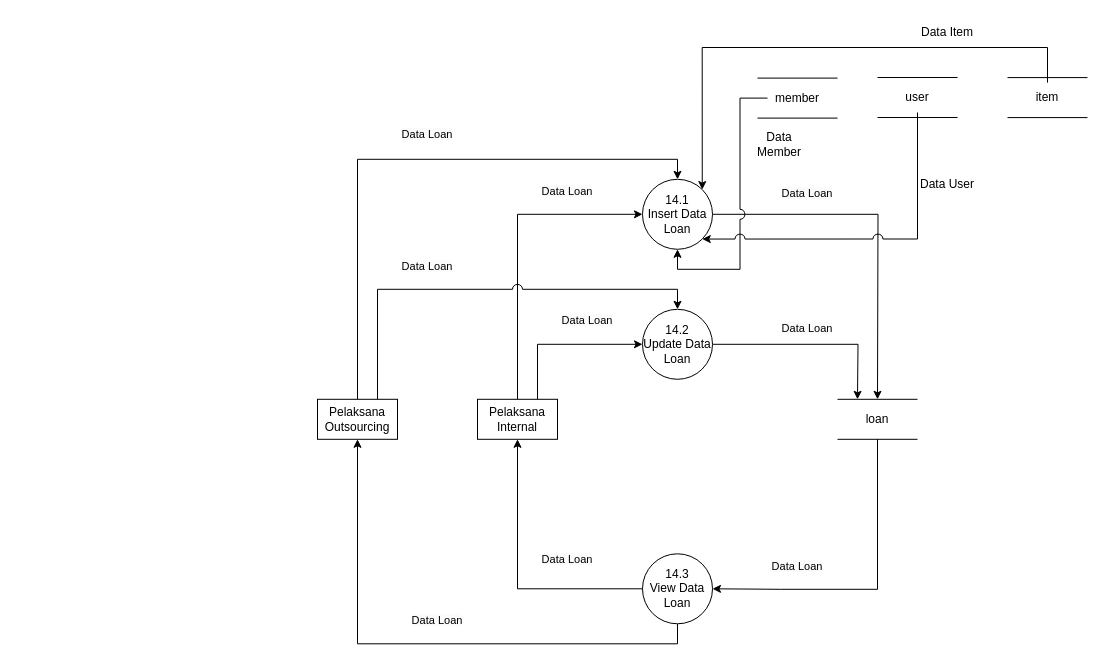
Before: page "DFD Level 2 Proses 14" (38 of 46) of Sistem Informasi Perpustakaan Terpadu/Diagram Tanpa Judul.drawio in umarshd/dfd-skripsi, a draw.io diagram. Source tidied: cells renumbered, new cells numbered last; positions are measured from the earlier drawing's top-left corner, leaving out a move shared by most shapes. Both pictures are drawn from the tidied source at 100%, with x=0, y=0 at pixel (317, 17).
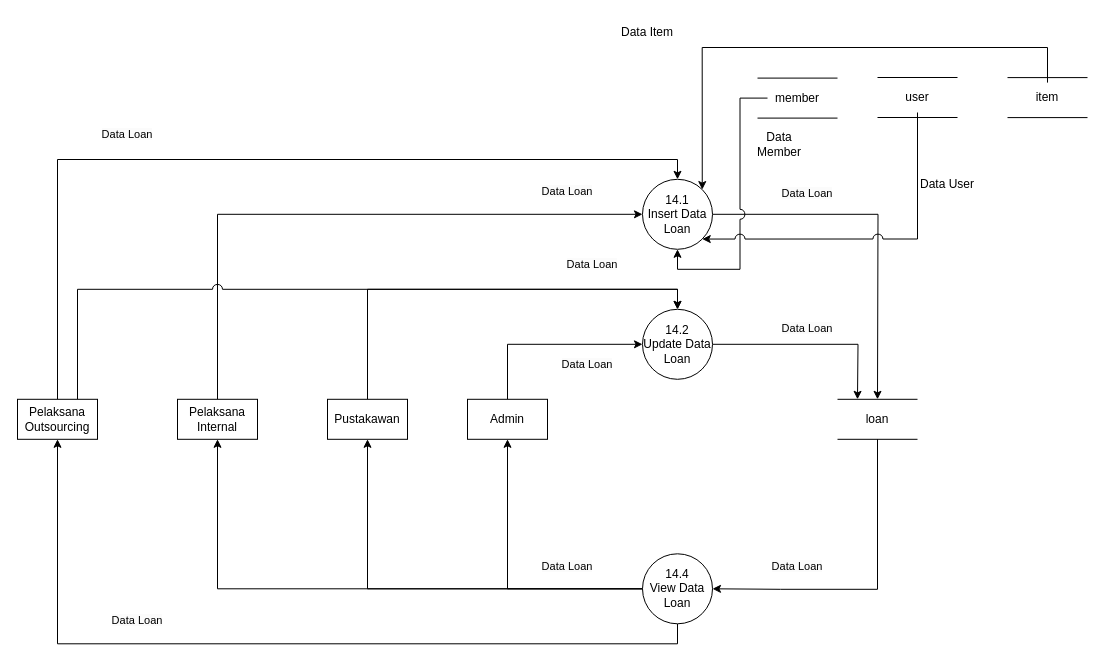
After the change.

The change refers to these unchanged cells:
```xml
<mxCell id="3" value="14.1&lt;br&gt;Insert Data Loan" style="ellipse;whiteSpace=wrap;html=1;" parent="1" vertex="1">
  <mxGeometry x="325" y="161.8" width="70" height="70" as="geometry" />
</mxCell>
<mxCell id="8" value="14.2&lt;br&gt;Update Data Loan" style="ellipse;whiteSpace=wrap;html=1;" parent="1" vertex="1">
  <mxGeometry x="325" y="291.8" width="70" height="70" as="geometry" />
</mxCell>
```

The edit, as a diff of the source:
```diff
@@
-    <mxCell id="5" style="edgeStyle=orthogonalEdgeStyle;rounded=0;jettySize=auto;html=1;exitX=0.75;exitY=0;exitDx=0;exitDy=0;entryX=0;entryY=0.5;entryDx=0;entryDy=0;" parent="1" edge="1" source="6" target="8">
-      <mxGeometry relative="1" as="geometry" />
-    </mxCell>
     <mxCell id="6" value="Pelaksana Internal" style="rounded=0;whiteSpace=wrap;html=1;" parent="1" vertex="1">
-      <mxGeometry x="160" y="381.8" width="80" height="40" as="geometry" />
+      <mxGeometry x="-140" y="381.8" width="80" height="40" as="geometry" />
     </mxCell>
@@
+    <mxCell id="43" style="edgeStyle=orthogonalEdgeStyle;rounded=0;jettySize=auto;html=1;" parent="1" edge="1" source="11" target="46">
+      <mxGeometry relative="1" as="geometry" />
+    </mxCell>
+    <mxCell id="44" style="edgeStyle=orthogonalEdgeStyle;rounded=0;jettySize=auto;html=1;entryX=0.5;entryY=1;entryDx=0;entryDy=0;" parent="1" edge="1" source="11" target="48">
+      <mxGeometry relative="1" as="geometry" />
+    </mxCell>
-    <mxCell id="11" value="14.3&lt;br&gt;View Data Loan" style="ellipse;whiteSpace=wrap;html=1;" parent="1" vertex="1">
+    <mxCell id="11" value="14.4&lt;br&gt;View Data Loan" style="ellipse;whiteSpace=wrap;html=1;" parent="1" vertex="1">
       <mxGeometry x="325" y="536.3" width="70" height="70" as="geometry" />
     </mxCell>
@@
     <mxCell id="18" value="&lt;span style=&quot;color: rgb(0, 0, 0); font-family: Helvetica; font-size: 11px; font-style: normal; font-variant-ligatures: normal; font-variant-caps: normal; font-weight: 400; letter-spacing: normal; orphans: 2; text-align: center; text-indent: 0px; text-transform: none; widows: 2; word-spacing: 0px; -webkit-text-stroke-width: 0px; background-color: rgb(251, 251, 251); text-decoration-thickness: initial; text-decoration-style: initial; text-decoration-color: initial; float: none; display: inline !important;&quot;&gt;Data Loan&lt;/span&gt;" style="text;html=1;strokeColor=none;fillColor=none;align=center;verticalAlign=middle;whiteSpace=wrap;rounded=0;" parent="1" vertex="1">
-      <mxGeometry x="240" y="287.8" width="60" height="30" as="geometry" />
+      <mxGeometry x="240" y="331.8" width="60" height="30" as="geometry" />
     </mxCell>
@@
     <mxCell id="21" value="&lt;span style=&quot;color: rgb(0, 0, 0); font-family: Helvetica; font-size: 11px; font-style: normal; font-variant-ligatures: normal; font-variant-caps: normal; font-weight: 400; letter-spacing: normal; orphans: 2; text-align: center; text-indent: 0px; text-transform: none; widows: 2; word-spacing: 0px; -webkit-text-stroke-width: 0px; background-color: rgb(251, 251, 251); text-decoration-thickness: initial; text-decoration-style: initial; text-decoration-color: initial; float: none; display: inline !important;&quot;&gt;Data Loan&lt;/span&gt;" style="text;html=1;strokeColor=none;fillColor=none;align=center;verticalAlign=middle;whiteSpace=wrap;rounded=0;" parent="1" vertex="1">
-      <mxGeometry x="220" y="527.3" width="60" height="30" as="geometry" />
+      <mxGeometry x="220" y="533.8" width="60" height="30" as="geometry" />
     </mxCell>
@@
     <mxCell id="23" style="edgeStyle=orthogonalEdgeStyle;rounded=0;jettySize=auto;html=1;entryX=0.5;entryY=0;entryDx=0;entryDy=0;" parent="1" edge="1" source="24" target="3">
       <mxGeometry relative="1" as="geometry">
         <Array as="points">
-          <mxPoint x="40" y="141.8" />
-          <mxPoint x="360" y="141.8" />
+          <mxPoint x="-260" y="142" />
+          <mxPoint x="360" y="142" />
         </Array>
       </mxGeometry>
     </mxCell>
     <mxCell id="24" value="Pelaksana Outsourcing" style="rounded=0;whiteSpace=wrap;html=1;" parent="1" vertex="1">
-      <mxGeometry y="381.8" width="80" height="40" as="geometry" />
+      <mxGeometry x="-300" y="381.8" width="80" height="40" as="geometry" />
     </mxCell>
     <mxCell id="25" value="&lt;span style=&quot;color: rgb(0, 0, 0); font-family: Helvetica; font-size: 11px; font-style: normal; font-variant-ligatures: normal; font-variant-caps: normal; font-weight: 400; letter-spacing: normal; orphans: 2; text-align: center; text-indent: 0px; text-transform: none; widows: 2; word-spacing: 0px; -webkit-text-stroke-width: 0px; background-color: rgb(251, 251, 251); text-decoration-thickness: initial; text-decoration-style: initial; text-decoration-color: initial; float: none; display: inline !important;&quot;&gt;Data Loan&lt;/span&gt;" style="text;html=1;strokeColor=none;fillColor=none;align=center;verticalAlign=middle;whiteSpace=wrap;rounded=0;" parent="1" vertex="1">
-      <mxGeometry x="80" y="101.8" width="60" height="30" as="geometry" />
+      <mxGeometry x="-220" y="101.8" width="60" height="30" as="geometry" />
     </mxCell>
     <mxCell id="26" value="&lt;span style=&quot;color: rgb(0, 0, 0); font-family: Helvetica; font-size: 11px; font-style: normal; font-variant-ligatures: normal; font-variant-caps: normal; font-weight: 400; letter-spacing: normal; orphans: 2; text-align: center; text-indent: 0px; text-transform: none; widows: 2; word-spacing: 0px; -webkit-text-stroke-width: 0px; background-color: rgb(251, 251, 251); text-decoration-thickness: initial; text-decoration-style: initial; text-decoration-color: initial; float: none; display: inline !important;&quot;&gt;Data Loan&lt;/span&gt;" style="text;html=1;strokeColor=none;fillColor=none;align=center;verticalAlign=middle;whiteSpace=wrap;rounded=0;" parent="1" vertex="1">
-      <mxGeometry x="80" y="233.8" width="60" height="30" as="geometry" />
+      <mxGeometry x="245" y="231.8" width="60" height="30" as="geometry" />
     </mxCell>
     <mxCell id="27" value="&lt;span style=&quot;color: rgb(0, 0, 0); font-family: Helvetica; font-size: 11px; font-style: normal; font-variant-ligatures: normal; font-variant-caps: normal; font-weight: 400; letter-spacing: normal; orphans: 2; text-align: center; text-indent: 0px; text-transform: none; widows: 2; word-spacing: 0px; -webkit-text-stroke-width: 0px; background-color: rgb(251, 251, 251); text-decoration-thickness: initial; text-decoration-style: initial; text-decoration-color: initial; float: none; display: inline !important;&quot;&gt;Data Loan&lt;/span&gt;" style="text;html=1;strokeColor=none;fillColor=none;align=center;verticalAlign=middle;whiteSpace=wrap;rounded=0;" parent="1" vertex="1">
-      <mxGeometry x="90" y="587.8" width="60" height="30" as="geometry" />
+      <mxGeometry x="-210" y="587.8" width="60" height="30" as="geometry" />
     </mxCell>
@@
     <mxCell id="42" value="Data Item" style="text;html=1;strokeColor=none;fillColor=none;align=center;verticalAlign=middle;whiteSpace=wrap;rounded=0;" parent="1" vertex="1">
-      <mxGeometry x="600" width="60" height="30" as="geometry" />
+      <mxGeometry x="300" width="60" height="30" as="geometry" />
     </mxCell>
+    <mxCell id="45" style="edgeStyle=orthogonalEdgeStyle;rounded=0;jettySize=auto;html=1;exitX=0.5;exitY=0;exitDx=0;exitDy=0;entryX=0.5;entryY=0;entryDx=0;entryDy=0;" parent="1" edge="1" source="46" target="8">
+      <mxGeometry relative="1" as="geometry" />
+    </mxCell>
+    <mxCell id="46" value="Pustakawan" style="rounded=0;whiteSpace=wrap;html=1;" parent="1" vertex="1">
+      <mxGeometry x="10" y="381.8" width="80" height="40" as="geometry" />
+    </mxCell>
+    <mxCell id="47" style="edgeStyle=orthogonalEdgeStyle;rounded=0;jettySize=auto;html=1;exitX=0.5;exitY=0;exitDx=0;exitDy=0;entryX=0;entryY=0.5;entryDx=0;entryDy=0;" parent="1" edge="1" source="48" target="8">
+      <mxGeometry relative="1" as="geometry" />
+    </mxCell>
+    <mxCell id="48" value="Admin" style="rounded=0;whiteSpace=wrap;html=1;" parent="1" vertex="1">
+      <mxGeometry x="150" y="381.8" width="80" height="40" as="geometry" />
+    </mxCell>
```
